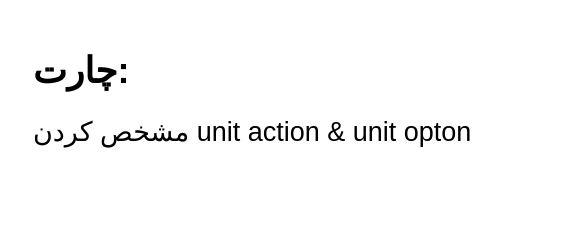
The draw.io diagram page "todo" (4 of 5) of Untitled Diagram.drawio in etefaghian/barg, before the edit. Source tidied: cells renumbered, new cells numbered last; positions are measured from the earlier drawing's top-left corner, leaving out a move shared by most shapes. Both pictures are drawn from the tidied source at 150%, with x=0, y=0 at pixel (26, 40).
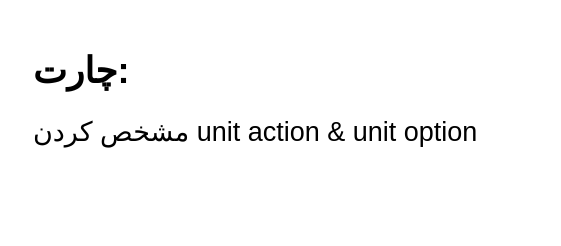
The same diagram, later.

Diff of the diagram source:
```diff
@@
 <mxGraphModel>
   <root>
     <mxCell id="0" />
     <mxCell id="1" parent="0" />
-    <mxCell id="2" value="&lt;h1&gt;چارت:&lt;/h1&gt;&lt;div&gt;&lt;font style=&quot;font-size: 18px&quot;&gt;مشخص کردن unit action &amp;amp; unit opton&lt;/font&gt;&lt;/div&gt;" style="text;html=1;strokeColor=none;fillColor=none;spacing=5;spacingTop=-20;whiteSpace=wrap;overflow=hidden;rounded=0;shadow=0;" parent="1" vertex="1">
+    <mxCell id="2" value="&lt;h1&gt;چارت:&lt;/h1&gt;&lt;div&gt;&lt;font style=&quot;font-size: 18px&quot;&gt;مشخص کردن unit action &amp;amp; unit option&lt;/font&gt;&lt;/div&gt;" style="text;html=1;strokeColor=none;fillColor=none;spacing=5;spacingTop=-20;whiteSpace=wrap;overflow=hidden;rounded=0;shadow=0;" parent="1" vertex="1">
       <mxGeometry width="340" height="120" as="geometry" />
     </mxCell>
   </root>
 </mxGraphModel>
```
